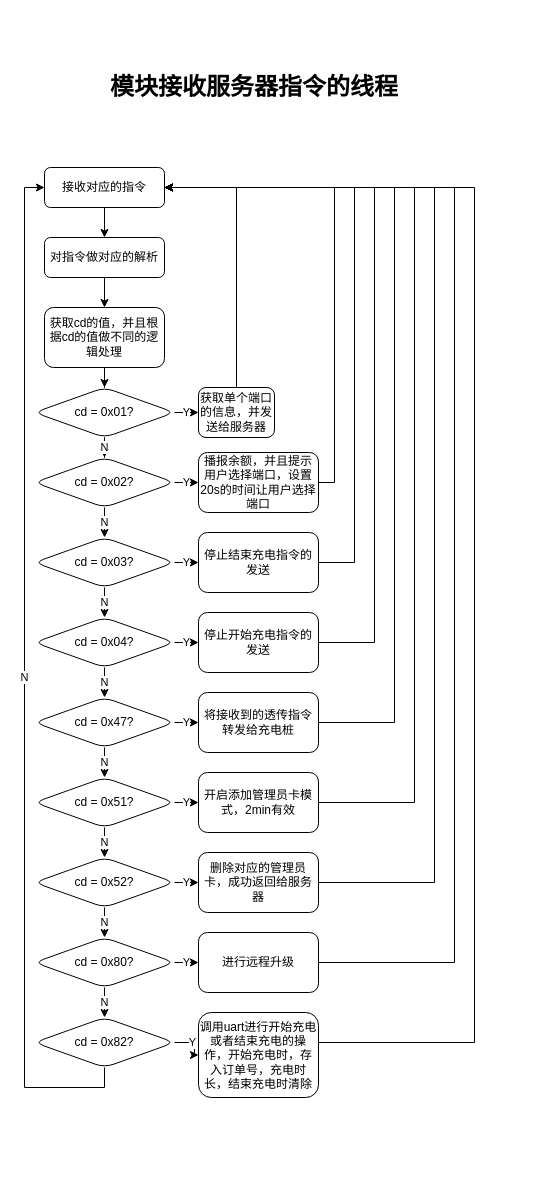
Before: page "第 2 页" (2 of 5) of Untitled Diagram.drawio in SearchFan/Chip_Flowchart, a draw.io diagram. Source tidied: cells renumbered, new cells numbered last; positions are measured from the earlier drawing's top-left corner, leaving out a move shared by most shapes. Both pictures are drawn from the tidied source at 100%, with x=0, y=0 at pixel (34, 67).
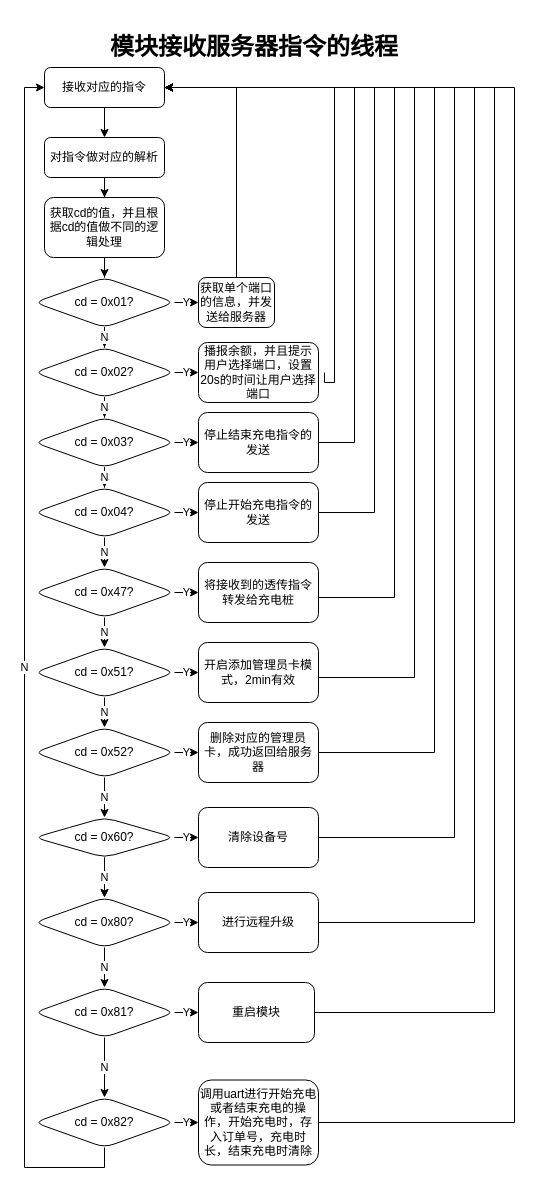
After the change.

Change to the diagram source:
```diff
@@
     <mxCell id="3" value="接收对应的指令" style="rounded=1;whiteSpace=wrap;html=1;fontSize=12;glass=0;strokeWidth=1;shadow=0;" parent="1" vertex="1">
-      <mxGeometry x="10" y="100" width="120" height="40" as="geometry" />
+      <mxGeometry x="10" width="120" height="40" as="geometry" />
     </mxCell>
@@
     <mxCell id="5" value="对指令做对应的解析" style="rounded=1;whiteSpace=wrap;html=1;fontSize=12;glass=0;strokeWidth=1;shadow=0;" parent="1" vertex="1">
-      <mxGeometry x="10" y="170" width="120" height="40" as="geometry" />
+      <mxGeometry x="10" y="70" width="120" height="40" as="geometry" />
     </mxCell>
@@
     <mxCell id="7" value="获取cd的值，并且根据cd的值做不同的逻辑处理" style="rounded=1;whiteSpace=wrap;html=1;fontSize=12;glass=0;strokeWidth=1;shadow=0;" parent="1" vertex="1">
-      <mxGeometry x="10" y="240" width="120" height="60" as="geometry" />
+      <mxGeometry x="10" y="130" width="120" height="60" as="geometry" />
     </mxCell>
@@
     <mxCell id="10" value="cd = 0x01?" style="rhombus;whiteSpace=wrap;html=1;rounded=1;shadow=0;strokeWidth=1;glass=0;" parent="1" vertex="1">
-      <mxGeometry y="320" width="140" height="50" as="geometry" />
+      <mxGeometry y="210" width="140" height="50" as="geometry" />
     </mxCell>
@@
     <mxCell id="13" value="cd = 0x02?" style="rhombus;whiteSpace=wrap;html=1;rounded=1;shadow=0;strokeWidth=1;glass=0;" parent="1" vertex="1">
-      <mxGeometry y="390" width="140" height="50" as="geometry" />
+      <mxGeometry y="280" width="140" height="50" as="geometry" />
     </mxCell>
@@
     <mxCell id="16" value="cd = 0x03?" style="rhombus;whiteSpace=wrap;html=1;rounded=1;shadow=0;strokeWidth=1;glass=0;" parent="1" vertex="1">
-      <mxGeometry y="470" width="140" height="50" as="geometry" />
+      <mxGeometry y="350" width="140" height="50" as="geometry" />
     </mxCell>
@@
     <mxCell id="19" value="cd = 0x04?" style="rhombus;whiteSpace=wrap;html=1;rounded=1;shadow=0;strokeWidth=1;glass=0;" parent="1" vertex="1">
-      <mxGeometry y="550" width="140" height="50" as="geometry" />
+      <mxGeometry y="420" width="140" height="50" as="geometry" />
     </mxCell>
@@
     <mxCell id="22" value="cd = 0x47?" style="rhombus;whiteSpace=wrap;html=1;rounded=1;shadow=0;strokeWidth=1;glass=0;" parent="1" vertex="1">
-      <mxGeometry y="630" width="140" height="50" as="geometry" />
+      <mxGeometry y="500" width="140" height="50" as="geometry" />
     </mxCell>
@@
     <mxCell id="25" value="cd = 0x51?" style="rhombus;whiteSpace=wrap;html=1;rounded=1;shadow=0;strokeWidth=1;glass=0;" parent="1" vertex="1">
-      <mxGeometry y="710" width="140" height="50" as="geometry" />
+      <mxGeometry y="580" width="140" height="50" as="geometry" />
     </mxCell>
-    <mxCell id="26" value="N" style="edgeStyle=orthogonalEdgeStyle;rounded=0;jettySize=auto;html=1;" parent="1" edge="1" source="28" target="31">
-      <mxGeometry relative="1" as="geometry" />
-    </mxCell>
@@
+    <mxCell id="54" value="N" style="edgeStyle=orthogonalEdgeStyle;rounded=0;jettySize=auto;html=1;" parent="1" edge="1" source="28" target="59">
+      <mxGeometry relative="1" as="geometry" />
+    </mxCell>
     <mxCell id="28" value="cd = 0x52?" style="rhombus;whiteSpace=wrap;html=1;rounded=1;shadow=0;strokeWidth=1;glass=0;" parent="1" vertex="1">
-      <mxGeometry y="790" width="140" height="50" as="geometry" />
+      <mxGeometry y="660" width="140" height="50" as="geometry" />
     </mxCell>
-    <mxCell id="29" value="N" style="edgeStyle=orthogonalEdgeStyle;rounded=0;jettySize=auto;html=1;" parent="1" edge="1" source="31" target="34">
-      <mxGeometry relative="1" as="geometry" />
-    </mxCell>
@@
+    <mxCell id="55" value="N" style="edgeStyle=orthogonalEdgeStyle;rounded=0;jettySize=auto;html=1;" parent="1" edge="1" source="31" target="64">
+      <mxGeometry relative="1" as="geometry" />
+    </mxCell>
     <mxCell id="31" value="cd = 0x80?" style="rhombus;whiteSpace=wrap;html=1;rounded=1;shadow=0;strokeWidth=1;glass=0;" parent="1" vertex="1">
-      <mxGeometry y="870" width="140" height="50" as="geometry" />
+      <mxGeometry y="830" width="140" height="50" as="geometry" />
     </mxCell>
@@
     <mxCell id="34" value="cd = 0x82?" style="rhombus;whiteSpace=wrap;html=1;rounded=1;shadow=0;strokeWidth=1;glass=0;" parent="1" vertex="1">
-      <mxGeometry y="950" width="140" height="50" as="geometry" />
+      <mxGeometry y="1030" width="140" height="50" as="geometry" />
     </mxCell>
     <mxCell id="35" style="edgeStyle=orthogonalEdgeStyle;rounded=0;jettySize=auto;html=1;exitX=0.5;exitY=0;exitDx=0;exitDy=0;entryX=1;entryY=0.5;entryDx=0;entryDy=0;" parent="1" edge="1" source="36" target="3">
       <mxGeometry relative="1" as="geometry">
         <Array as="points">
-          <mxPoint x="202" y="120" />
+          <mxPoint x="202" y="20" />
         </Array>
       </mxGeometry>
     </mxCell>
     <mxCell id="36" value="获取单个端口的信息，并发送给服务器" style="whiteSpace=wrap;html=1;rounded=1;shadow=0;strokeWidth=1;glass=0;" parent="1" vertex="1">
-      <mxGeometry x="164" y="320" width="76" height="50" as="geometry" />
+      <mxGeometry x="164" y="210" width="76" height="50" as="geometry" />
     </mxCell>
-    <mxCell id="37" style="edgeStyle=orthogonalEdgeStyle;rounded=0;jettySize=auto;html=1;exitX=1;exitY=0.5;exitDx=0;exitDy=0;entryX=1;entryY=0.5;entryDx=0;entryDy=0;" parent="1" edge="1" source="38" target="3">
+    <mxCell id="37" style="edgeStyle=orthogonalEdgeStyle;rounded=0;jettySize=auto;html=1;entryX=1;entryY=0.5;entryDx=0;entryDy=0;" parent="1" edge="1" target="3">
       <mxGeometry relative="1" as="geometry">
+        <mxPoint x="290" y="305" as="sourcePoint" />
         <Array as="points">
-          <mxPoint x="300" y="415" />
-          <mxPoint x="300" y="120" />
+          <mxPoint x="300" y="315" />
+          <mxPoint x="300" y="20" />
         </Array>
       </mxGeometry>
     </mxCell>
     <mxCell id="38" value="播报余额，并且提示用户选择端口，设置20s的时间让用户选择端口" style="whiteSpace=wrap;html=1;rounded=1;shadow=0;strokeWidth=1;glass=0;" parent="1" vertex="1">
-      <mxGeometry x="164" y="385" width="120" height="60" as="geometry" />
+      <mxGeometry x="164" y="275" width="120" height="60" as="geometry" />
     </mxCell>
     <mxCell id="39" style="edgeStyle=orthogonalEdgeStyle;rounded=0;jettySize=auto;html=1;exitX=1;exitY=0.5;exitDx=0;exitDy=0;entryX=1;entryY=0.5;entryDx=0;entryDy=0;" parent="1" edge="1" source="40" target="3">
       <mxGeometry relative="1" as="geometry">
         <Array as="points">
-          <mxPoint x="320" y="495" />
-          <mxPoint x="320" y="120" />
+          <mxPoint x="320" y="375" />
+          <mxPoint x="320" y="20" />
         </Array>
       </mxGeometry>
     </mxCell>
     <mxCell id="40" value="停止结束充电指令的发送" style="whiteSpace=wrap;html=1;rounded=1;shadow=0;strokeWidth=1;glass=0;" parent="1" vertex="1">
-      <mxGeometry x="164" y="465" width="120" height="60" as="geometry" />
+      <mxGeometry x="164" y="345" width="120" height="60" as="geometry" />
     </mxCell>
     <mxCell id="41" style="edgeStyle=orthogonalEdgeStyle;rounded=0;jettySize=auto;html=1;exitX=1;exitY=0.5;exitDx=0;exitDy=0;entryX=1;entryY=0.5;entryDx=0;entryDy=0;" parent="1" edge="1" source="42" target="3">
       <mxGeometry relative="1" as="geometry">
         <Array as="points">
-          <mxPoint x="340" y="575" />
-          <mxPoint x="340" y="120" />
+          <mxPoint x="340" y="445" />
+          <mxPoint x="340" y="20" />
         </Array>
       </mxGeometry>
     </mxCell>
     <mxCell id="42" value="停止开始充电指令的发送" style="whiteSpace=wrap;html=1;rounded=1;shadow=0;strokeWidth=1;glass=0;" parent="1" vertex="1">
-      <mxGeometry x="164" y="545" width="120" height="60" as="geometry" />
+      <mxGeometry x="164" y="415" width="120" height="60" as="geometry" />
     </mxCell>
     <mxCell id="43" style="edgeStyle=orthogonalEdgeStyle;rounded=0;jettySize=auto;html=1;exitX=1;exitY=0.5;exitDx=0;exitDy=0;entryX=1;entryY=0.5;entryDx=0;entryDy=0;" parent="1" edge="1" source="44" target="3">
       <mxGeometry relative="1" as="geometry">
         <Array as="points">
-          <mxPoint x="360" y="655" />
-          <mxPoint x="360" y="120" />
+          <mxPoint x="284" y="530" />
+          <mxPoint x="360" y="530" />
+          <mxPoint x="360" y="20" />
         </Array>
       </mxGeometry>
     </mxCell>
     <mxCell id="44" value="将接收到的透传指令转发给充电桩" style="whiteSpace=wrap;html=1;rounded=1;shadow=0;strokeWidth=1;glass=0;" parent="1" vertex="1">
-      <mxGeometry x="164" y="625" width="120" height="60" as="geometry" />
+      <mxGeometry x="164" y="495" width="120" height="60" as="geometry" />
     </mxCell>
     <mxCell id="45" style="edgeStyle=orthogonalEdgeStyle;rounded=0;jettySize=auto;html=1;exitX=1;exitY=0.5;exitDx=0;exitDy=0;entryX=1;entryY=0.5;entryDx=0;entryDy=0;" parent="1" edge="1" source="46" target="3">
       <mxGeometry relative="1" as="geometry">
         <Array as="points">
-          <mxPoint x="380" y="735" />
-          <mxPoint x="380" y="120" />
+          <mxPoint x="284" y="610" />
+          <mxPoint x="380" y="610" />
+          <mxPoint x="380" y="20" />
         </Array>
       </mxGeometry>
     </mxCell>
     <mxCell id="46" value="开启添加管理员卡模式，2min有效" style="whiteSpace=wrap;html=1;rounded=1;shadow=0;strokeWidth=1;glass=0;" parent="1" vertex="1">
-      <mxGeometry x="164" y="705" width="120" height="60" as="geometry" />
+      <mxGeometry x="164" y="575" width="120" height="60" as="geometry" />
     </mxCell>
     <mxCell id="47" style="edgeStyle=orthogonalEdgeStyle;rounded=0;jettySize=auto;html=1;exitX=1;exitY=0.5;exitDx=0;exitDy=0;entryX=1;entryY=0.5;entryDx=0;entryDy=0;" parent="1" edge="1" source="48" target="3">
       <mxGeometry relative="1" as="geometry">
         <Array as="points">
-          <mxPoint x="400" y="815" />
-          <mxPoint x="400" y="120" />
+          <mxPoint x="400" y="685" />
+          <mxPoint x="400" y="20" />
         </Array>
       </mxGeometry>
     </mxCell>
     <mxCell id="48" value="删除对应的管理员卡，成功返回给服务器" style="whiteSpace=wrap;html=1;rounded=1;shadow=0;strokeWidth=1;glass=0;" parent="1" vertex="1">
-      <mxGeometry x="164" y="785" width="120" height="60" as="geometry" />
+      <mxGeometry x="164" y="655" width="120" height="60" as="geometry" />
     </mxCell>
     <mxCell id="49" style="edgeStyle=orthogonalEdgeStyle;rounded=0;jettySize=auto;html=1;exitX=1;exitY=0.5;exitDx=0;exitDy=0;entryX=1;entryY=0.5;entryDx=0;entryDy=0;" parent="1" edge="1" source="50" target="3">
       <mxGeometry relative="1" as="geometry">
         <Array as="points">
-          <mxPoint x="420" y="895" />
-          <mxPoint x="420" y="120" />
+          <mxPoint x="440" y="855" />
+          <mxPoint x="440" y="20" />
         </Array>
       </mxGeometry>
     </mxCell>
     <mxCell id="50" value="进行远程升级" style="whiteSpace=wrap;html=1;rounded=1;shadow=0;strokeWidth=1;glass=0;" parent="1" vertex="1">
-      <mxGeometry x="164" y="865" width="120" height="60" as="geometry" />
+      <mxGeometry x="164" y="825" width="120" height="60" as="geometry" />
     </mxCell>
     <mxCell id="51" style="edgeStyle=orthogonalEdgeStyle;rounded=0;jettySize=auto;html=1;exitX=1;exitY=0.5;exitDx=0;exitDy=0;entryX=1;entryY=0.5;entryDx=0;entryDy=0;" parent="1" edge="1" source="52" target="3">
       <mxGeometry relative="1" as="geometry">
         <Array as="points">
-          <mxPoint x="440" y="975" />
-          <mxPoint x="440" y="120" />
+          <mxPoint x="480" y="1055" />
+          <mxPoint x="480" y="20" />
         </Array>
       </mxGeometry>
     </mxCell>
     <mxCell id="52" value="调用uart进行开始充电或者结束充电的操作，开始充电时，存入订单号，充电时长，结束充电时清除" style="whiteSpace=wrap;html=1;rounded=1;shadow=0;strokeWidth=1;glass=0;" parent="1" vertex="1">
-      <mxGeometry x="164" y="945" width="120" height="85" as="geometry" />
+      <mxGeometry x="164" y="1012.5" width="120" height="85" as="geometry" />
     </mxCell>
     <mxCell id="53" value="&lt;h1&gt;模块接收服务器指令的线程&lt;/h1&gt;" style="text;html=1;strokeColor=none;fillColor=none;spacing=5;spacingTop=-20;whiteSpace=wrap;overflow=hidden;rounded=0;" parent="1" vertex="1">
-      <mxGeometry x="71" width="306" height="40" as="geometry" />
+      <mxGeometry x="71" y="-40" width="306" height="40" as="geometry" />
     </mxCell>
+    <mxCell id="56" style="edgeStyle=orthogonalEdgeStyle;rounded=0;jettySize=auto;html=1;exitX=0.5;exitY=1;exitDx=0;exitDy=0;entryX=0.5;entryY=0;entryDx=0;entryDy=0;" parent="1" edge="1" source="59" target="31">
+      <mxGeometry relative="1" as="geometry" />
+    </mxCell>
+    <mxCell id="57" value="N" style="edgeStyle=orthogonalEdgeStyle;rounded=0;jettySize=auto;html=1;" parent="1" edge="1" source="59" target="31">
+      <mxGeometry relative="1" as="geometry" />
+    </mxCell>
+    <mxCell id="58" value="Y" style="edgeStyle=orthogonalEdgeStyle;rounded=0;jettySize=auto;html=1;" parent="1" edge="1" source="59" target="61">
+      <mxGeometry relative="1" as="geometry" />
+    </mxCell>
+    <mxCell id="59" value="cd = 0x60?" style="rhombus;whiteSpace=wrap;html=1;rounded=1;shadow=0;strokeWidth=1;glass=0;" parent="1" vertex="1">
+      <mxGeometry y="750" width="140" height="40" as="geometry" />
+    </mxCell>
+    <mxCell id="60" style="edgeStyle=orthogonalEdgeStyle;rounded=0;jettySize=auto;html=1;exitX=1;exitY=0.5;exitDx=0;exitDy=0;entryX=1;entryY=0.5;entryDx=0;entryDy=0;" parent="1" edge="1" source="61" target="3">
+      <mxGeometry relative="1" as="geometry">
+        <Array as="points">
+          <mxPoint x="420" y="770" />
+          <mxPoint x="420" y="20" />
+        </Array>
+      </mxGeometry>
+    </mxCell>
+    <mxCell id="61" value="清除设备号" style="whiteSpace=wrap;html=1;rounded=1;shadow=0;strokeWidth=1;glass=0;" parent="1" vertex="1">
+      <mxGeometry x="164" y="740" width="120" height="60" as="geometry" />
+    </mxCell>
+    <mxCell id="62" value="N" style="edgeStyle=orthogonalEdgeStyle;rounded=0;jettySize=auto;html=1;exitX=0.5;exitY=1;exitDx=0;exitDy=0;entryX=0.5;entryY=0;entryDx=0;entryDy=0;" parent="1" edge="1" source="64" target="34">
+      <mxGeometry relative="1" as="geometry" />
+    </mxCell>
+    <mxCell id="63" value="Y" style="edgeStyle=orthogonalEdgeStyle;rounded=0;jettySize=auto;html=1;" parent="1" edge="1" source="64" target="66">
+      <mxGeometry relative="1" as="geometry" />
+    </mxCell>
+    <mxCell id="64" value="cd = 0x81?" style="rhombus;whiteSpace=wrap;html=1;rounded=1;shadow=0;strokeWidth=1;glass=0;" parent="1" vertex="1">
+      <mxGeometry y="920" width="140" height="50" as="geometry" />
+    </mxCell>
+    <mxCell id="65" style="edgeStyle=orthogonalEdgeStyle;rounded=0;jettySize=auto;html=1;exitX=1;exitY=0.5;exitDx=0;exitDy=0;entryX=1;entryY=0.5;entryDx=0;entryDy=0;" parent="1" edge="1" source="66" target="3">
+      <mxGeometry relative="1" as="geometry">
+        <Array as="points">
+          <mxPoint x="460" y="945" />
+          <mxPoint x="460" y="20" />
+        </Array>
+      </mxGeometry>
+    </mxCell>
+    <mxCell id="66" value="重启模块" style="whiteSpace=wrap;html=1;rounded=1;shadow=0;strokeWidth=1;glass=0;" parent="1" vertex="1">
+      <mxGeometry x="164" y="915" width="116" height="60" as="geometry" />
+    </mxCell>
```
